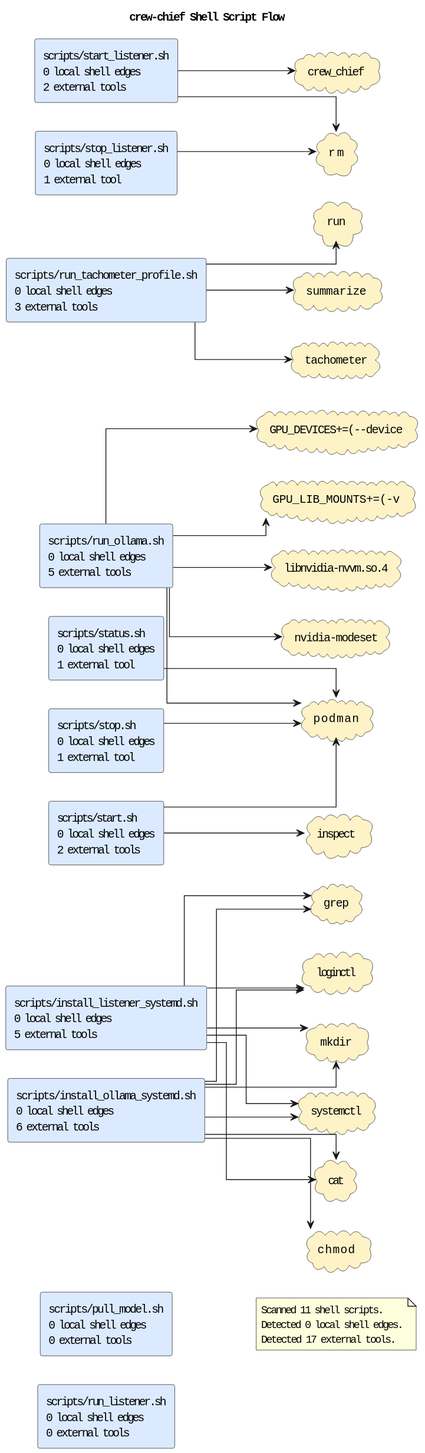
Earlier version of the PlantUML export docs/diagrams/shell-call-graph.puml.svg (casonk/crew-chief).
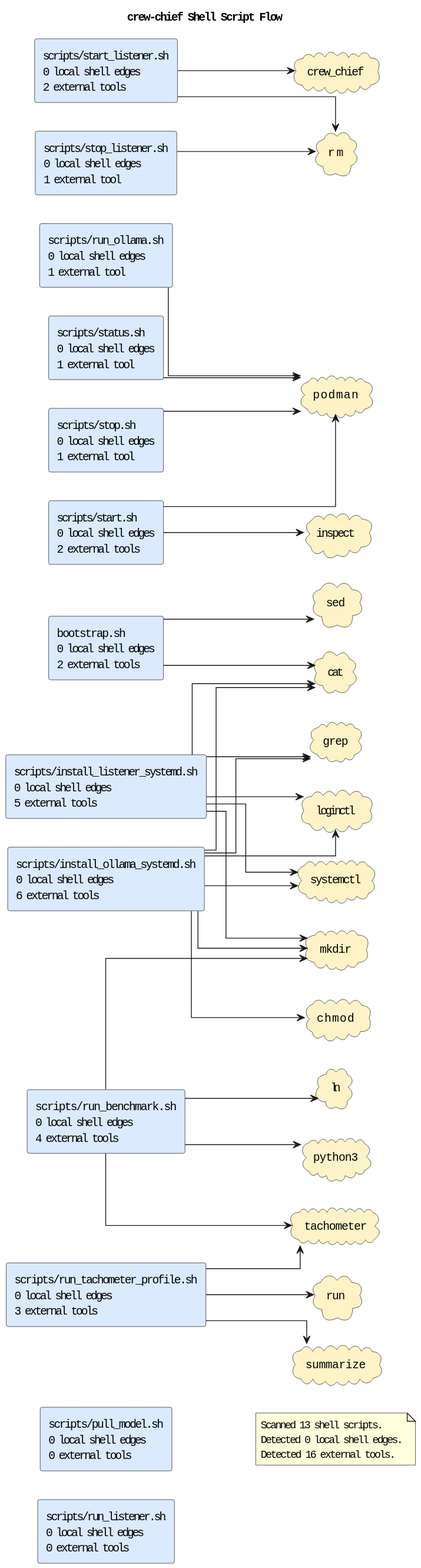
Later version of the same file.

Change to the diagram source:
```diff
@@ -5,34 +5,37 @@
 skinparam defaultFontName Monospace
 skinparam componentStyle rectangle
 skinparam linetype ortho
+rectangle "bootstrap.sh\n0 local shell edges\n2 external tools" as shell_bootstrap_sh #DBEAFE
 rectangle "scripts/install_listener_systemd.sh\n0 local shell edges\n5 external tools" as shell_scripts_install_listener_systemd_sh #DBEAFE
 rectangle "scripts/install_ollama_systemd.sh\n0 local shell edges\n6 external tools" as shell_scripts_install_ollama_systemd_sh #DBEAFE
 rectangle "scripts/pull_model.sh\n0 local shell edges\n0 external tools" as shell_scripts_pull_model_sh #DBEAFE
+rectangle "scripts/run_benchmark.sh\n0 local shell edges\n4 external tools" as shell_scripts_run_benchmark_sh #DBEAFE
 rectangle "scripts/run_listener.sh\n0 local shell edges\n0 external tools" as shell_scripts_run_listener_sh #DBEAFE
-rectangle "scripts/run_ollama.sh\n0 local shell edges\n5 external tools" as shell_scripts_run_ollama_sh #DBEAFE
+rectangle "scripts/run_ollama.sh\n0 local shell edges\n1 external tool" as shell_scripts_run_ollama_sh #DBEAFE
 rectangle "scripts/run_tachometer_profile.sh\n0 local shell edges\n3 external tools" as shell_scripts_run_tachometer_profile_sh #DBEAFE
 rectangle "scripts/start.sh\n0 local shell edges\n2 external tools" as shell_scripts_start_sh #DBEAFE
 rectangle "scripts/start_listener.sh\n0 local shell edges\n2 external tools" as shell_scripts_start_listener_sh #DBEAFE
 rectangle "scripts/status.sh\n0 local shell edges\n1 external tool" as shell_scripts_status_sh #DBEAFE
 rectangle "scripts/stop.sh\n0 local shell edges\n1 external tool" as shell_scripts_stop_sh #DBEAFE
 rectangle "scripts/stop_listener.sh\n0 local shell edges\n1 external tool" as shell_scripts_stop_listener_sh #DBEAFE
-cloud "GPU_DEVICES+=(--device" as tool_gpu_devices_device #FEF3C7
-cloud "GPU_LIB_MOUNTS+=(-v" as tool_gpu_lib_mounts_v #FEF3C7
 cloud "cat" as tool_cat #FEF3C7
 cloud "chmod" as tool_chmod #FEF3C7
 cloud "crew_chief" as tool_crew_chief #FEF3C7
 cloud "grep" as tool_grep #FEF3C7
 cloud "inspect" as tool_inspect #FEF3C7
-cloud "libnvidia-nvvm.so.4" as tool_libnvidia_nvvm_so_4 #FEF3C7
+cloud "ln" as tool_ln #FEF3C7
 cloud "loginctl" as tool_loginctl #FEF3C7
 cloud "mkdir" as tool_mkdir #FEF3C7
-cloud "nvidia-modeset" as tool_nvidia_modeset #FEF3C7
 cloud "podman" as tool_podman #FEF3C7
+cloud "python3" as tool_python3 #FEF3C7
 cloud "rm" as tool_rm #FEF3C7
 cloud "run" as tool_run #FEF3C7
+cloud "sed" as tool_sed #FEF3C7
 cloud "summarize" as tool_summarize #FEF3C7
 cloud "systemctl" as tool_systemctl #FEF3C7
 cloud "tachometer" as tool_tachometer #FEF3C7
+shell_bootstrap_sh --> tool_cat
+shell_bootstrap_sh --> tool_sed
 shell_scripts_install_listener_systemd_sh --> tool_cat
 shell_scripts_install_listener_systemd_sh --> tool_grep
 shell_scripts_install_listener_systemd_sh --> tool_loginctl
@@ -44,10 +47,10 @@
 shell_scripts_install_ollama_systemd_sh --> tool_loginctl
 shell_scripts_install_ollama_systemd_sh --> tool_mkdir
 shell_scripts_install_ollama_systemd_sh --> tool_systemctl
-shell_scripts_run_ollama_sh --> tool_gpu_devices_device
-shell_scripts_run_ollama_sh --> tool_gpu_lib_mounts_v
-shell_scripts_run_ollama_sh --> tool_libnvidia_nvvm_so_4
-shell_scripts_run_ollama_sh --> tool_nvidia_modeset
+shell_scripts_run_benchmark_sh --> tool_ln
+shell_scripts_run_benchmark_sh --> tool_mkdir
+shell_scripts_run_benchmark_sh --> tool_python3
+shell_scripts_run_benchmark_sh --> tool_tachometer
 shell_scripts_run_ollama_sh --> tool_podman
 shell_scripts_run_tachometer_profile_sh --> tool_run
 shell_scripts_run_tachometer_profile_sh --> tool_summarize
@@ -60,8 +63,8 @@
 shell_scripts_stop_listener_sh --> tool_rm
 shell_scripts_stop_sh --> tool_podman
 note as shellGraphSummary
-Scanned 11 shell scripts.
+Scanned 13 shell scripts.
 Detected 0 local shell edges.
-Detected 17 external tools.
+Detected 16 external tools.
 end note
 @enduml
```
